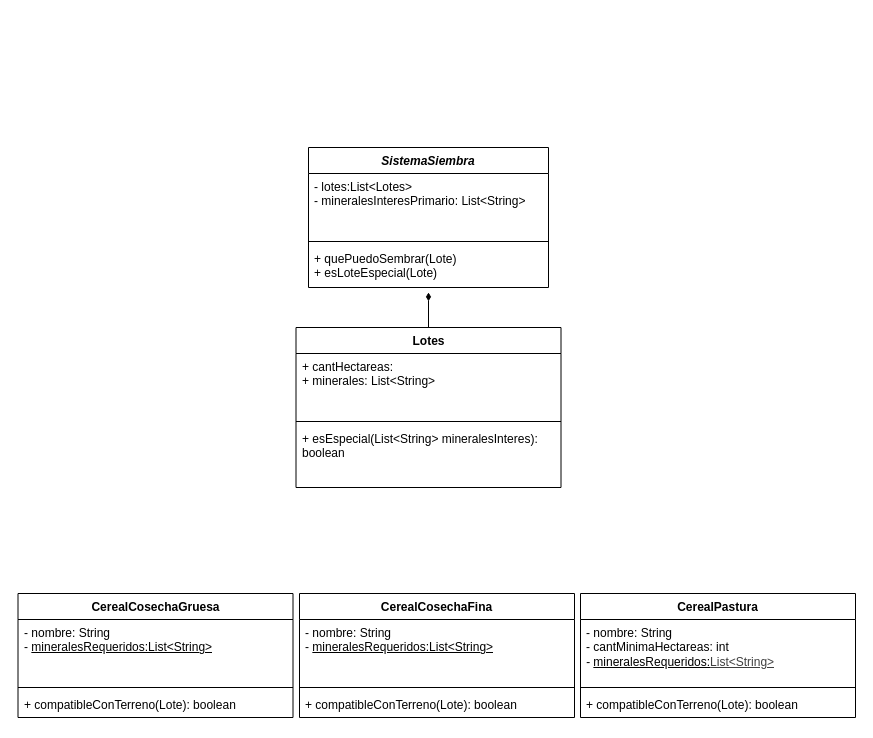
Above: practica3/SistemaSiembra/Docs/Diagrama Clases - Sistema Siembra.drawio in Yaco10/ejercicios-poo-java (draw.io), before the change. Source tidied: cells renumbered, new cells numbered last; positions are measured from the earlier drawing's top-left corner, leaving out a move shared by most shapes. Both pictures are drawn from the tidied source at 100%, with x=0, y=0 at pixel (17, 147).
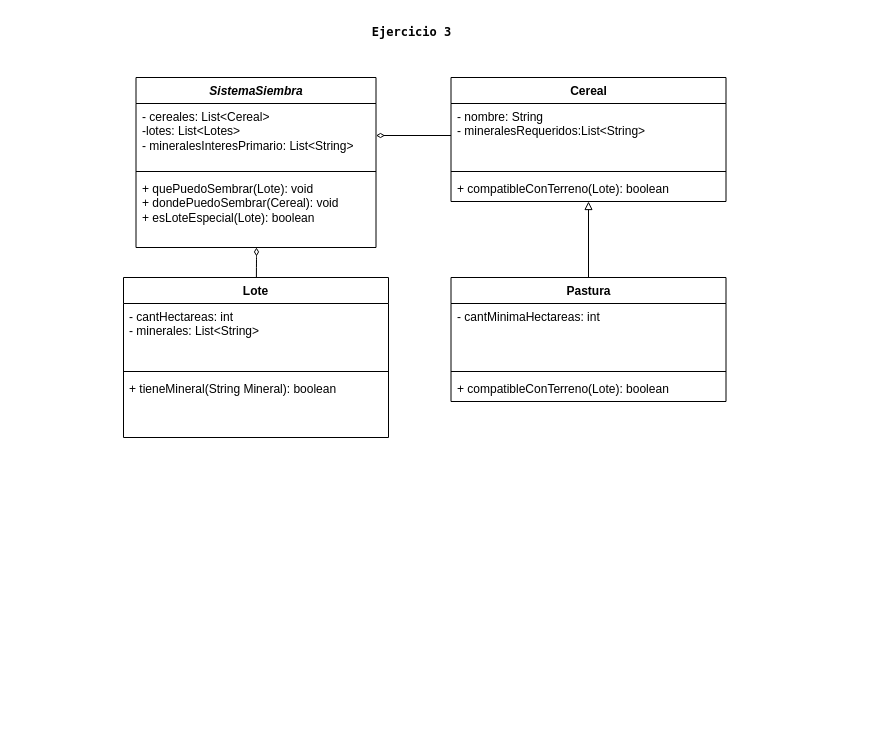
Above is the later version.

Diff of the diagram source:
```diff
@@
-<mxGraphModel>
+<mxGraphModel background="#ffffff">
@@
-    <mxCell id="2" value="Lotes" style="swimlane;fontStyle=1;align=center;verticalAlign=top;horizontal=1;startSize=26;whiteSpace=wrap;html=1;" parent="1" vertex="1">
-      <mxGeometry x="278.5" y="180" width="265" height="160" as="geometry" />
+    <mxCell id="2" value="Lote" style="swimlane;fontStyle=1;align=center;verticalAlign=top;horizontal=1;startSize=26;whiteSpace=wrap;html=1;" parent="1" vertex="1">
+      <mxGeometry x="106" y="130" width="265" height="160" as="geometry" />
     </mxCell>
-    <mxCell id="3" value="+ cantHectareas:&lt;div&gt;+ minerales: List&amp;lt;String&amp;gt;&lt;/div&gt;" style="text;strokeColor=none;fillColor=none;align=left;verticalAlign=top;spacingLeft=4;spacingRight=4;overflow=hidden;whiteSpace=wrap;html=1;" parent="2" vertex="1">
+    <mxCell id="3" value="- cantHectareas: int&lt;div&gt;- minerales: List&amp;lt;String&amp;gt;&lt;/div&gt;" style="text;strokeColor=none;fillColor=none;align=left;verticalAlign=top;spacingLeft=4;spacingRight=4;overflow=hidden;whiteSpace=wrap;html=1;" parent="2" vertex="1">
       <mxGeometry y="26" width="265" height="64" as="geometry" />
     </mxCell>
@@
-    <mxCell id="5" value="+ esEspecial(List&amp;lt;String&amp;gt; mineralesInteres): boolean" style="text;strokeColor=none;fillColor=none;align=left;verticalAlign=top;spacingLeft=4;spacingRight=4;overflow=hidden;whiteSpace=wrap;html=1;" parent="2" vertex="1">
+    <mxCell id="5" value="+ tieneMineral(String Mineral): boolean" style="text;strokeColor=none;fillColor=none;align=left;verticalAlign=top;spacingLeft=4;spacingRight=4;overflow=hidden;whiteSpace=wrap;html=1;" parent="2" vertex="1">
       <mxGeometry y="98" width="265" height="62" as="geometry" />
     </mxCell>
-    <mxCell id="6" value="CerealCosechaGruesa" style="swimlane;fontStyle=1;align=center;verticalAlign=top;horizontal=1;startSize=26;whiteSpace=wrap;html=1;" parent="1" vertex="1">
-      <mxGeometry x="0.5" y="446" width="275" height="124" as="geometry" />
+    <mxCell id="6" value="Cereal" style="swimlane;fontStyle=1;align=center;verticalAlign=top;horizontal=1;startSize=26;whiteSpace=wrap;html=1;" parent="1" vertex="1">
+      <mxGeometry x="433.5" y="-70" width="275" height="124" as="geometry" />
     </mxCell>
-    <mxCell id="7" value="&lt;div&gt;- nombre: String&lt;/div&gt;&lt;div&gt;- &lt;u&gt;mineralesRequeridos:List&amp;lt;String&amp;gt;&lt;/u&gt;&lt;/div&gt;" style="text;strokeColor=none;fillColor=none;align=left;verticalAlign=top;spacingLeft=4;spacingRight=4;overflow=hidden;points=[[0,0.5],[1,0.5]];portConstraint=eastwest;whiteSpace=wrap;html=1;" parent="6" vertex="1">
+    <mxCell id="7" value="&lt;div&gt;- nombre: String&lt;/div&gt;&lt;div&gt;- mineralesRequeridos:List&amp;lt;String&amp;gt;&lt;/div&gt;" style="text;strokeColor=none;fillColor=none;align=left;verticalAlign=top;spacingLeft=4;spacingRight=4;overflow=hidden;points=[[0,0.5],[1,0.5]];portConstraint=eastwest;whiteSpace=wrap;html=1;" parent="6" vertex="1">
       <mxGeometry y="26" width="275" height="64" as="geometry" />
     </mxCell>
@@
-    <mxCell id="10" value="&lt;span style=&quot;color: rgb(0, 0, 0);&quot;&gt;Cereal&lt;/span&gt;CosechaFina" style="swimlane;fontStyle=1;align=center;verticalAlign=top;horizontal=1;startSize=26;whiteSpace=wrap;html=1;" parent="1" vertex="1">
-      <mxGeometry x="282" y="446" width="275" height="124" as="geometry" />
-    </mxCell>
-    <mxCell id="11" value="&lt;div&gt;&lt;div&gt;- nombre: String&lt;/div&gt;&lt;/div&gt;&lt;div&gt;- &lt;u style=&quot;&quot;&gt;mineralesRequeridos:List&amp;lt;String&amp;gt;&lt;/u&gt;&lt;/div&gt;" style="text;strokeColor=none;fillColor=none;align=left;verticalAlign=top;spacingLeft=4;spacingRight=4;overflow=hidden;whiteSpace=wrap;html=1;" parent="10" vertex="1">
-      <mxGeometry y="26" width="275" height="64" as="geometry" />
-    </mxCell>
-    <mxCell id="12" style="line;strokeWidth=1;fillColor=none;align=left;verticalAlign=middle;spacingTop=-1;spacingLeft=3;spacingRight=3;labelPosition=right;strokeColor=inherit;" parent="10" vertex="1">
-      <mxGeometry y="90" width="275" height="8" as="geometry" />
-    </mxCell>
-    <mxCell id="13" value="+ compatibleConTerreno(Lote): boolean" style="text;strokeColor=none;fillColor=none;align=left;verticalAlign=top;spacingLeft=4;spacingRight=4;overflow=hidden;whiteSpace=wrap;html=1;" parent="10" vertex="1">
-      <mxGeometry y="98" width="275" height="26" as="geometry" />
-    </mxCell>
+    <mxCell id="23" style="edgeStyle=orthogonalEdgeStyle;rounded=0;jettySize=auto;html=1;endArrow=block;endFill=0;" parent="1" edge="1" source="14" target="6">
+      <mxGeometry relative="1" as="geometry" />
+    </mxCell>
-    <mxCell id="14" value="CerealPastura" style="swimlane;fontStyle=1;align=center;verticalAlign=top;horizontal=1;startSize=26;whiteSpace=wrap;html=1;" parent="1" vertex="1">
-      <mxGeometry x="563" y="446" width="275" height="124" as="geometry" />
+    <mxCell id="14" value="Pastura" style="swimlane;fontStyle=1;align=center;verticalAlign=top;horizontal=1;startSize=26;whiteSpace=wrap;html=1;" parent="1" vertex="1">
+      <mxGeometry x="433.5" y="130" width="275" height="124" as="geometry" />
     </mxCell>
-    <mxCell id="15" value="&lt;div&gt;&lt;div&gt;- nombre: String&lt;/div&gt;&lt;/div&gt;&lt;div&gt;- cantMinimaHectareas: int&lt;/div&gt;&lt;div&gt;&lt;i&gt;- &lt;/i&gt;&lt;u&gt;mineralesRequeridos:&lt;/u&gt;&lt;u style=&quot;background-color: transparent; color: rgb(63, 63, 63);&quot;&gt;List&amp;lt;String&amp;gt;&lt;/u&gt;&lt;/div&gt;" style="text;strokeColor=none;fillColor=none;align=left;verticalAlign=top;spacingLeft=4;spacingRight=4;overflow=hidden;whiteSpace=wrap;html=1;" parent="14" vertex="1">
+    <mxCell id="15" value="&lt;div&gt;&lt;div&gt;&lt;span style=&quot;background-color: initial;&quot;&gt;- cantMinimaHectareas: int&lt;/span&gt;&lt;br&gt;&lt;/div&gt;&lt;/div&gt;&lt;div&gt;&lt;br&gt;&lt;/div&gt;" style="text;strokeColor=none;fillColor=none;align=left;verticalAlign=top;spacingLeft=4;spacingRight=4;overflow=hidden;whiteSpace=wrap;html=1;" parent="14" vertex="1">
       <mxGeometry y="26" width="275" height="64" as="geometry" />
     </mxCell>
@@
     <mxCell id="18" value="&lt;i&gt;SistemaSiembra&lt;/i&gt;" style="swimlane;fontStyle=1;align=center;verticalAlign=top;horizontal=1;startSize=26;whiteSpace=wrap;html=1;" parent="1" vertex="1">
-      <mxGeometry x="291" width="240" height="140" as="geometry" />
+      <mxGeometry x="118.5" y="-70" width="240" height="170" as="geometry" />
     </mxCell>
-    <mxCell id="19" value="- lotes:List&amp;lt;Lotes&amp;gt;&lt;div&gt;- mineralesInteresPrimario: List&amp;lt;String&amp;gt;&lt;/div&gt;" style="text;strokeColor=none;fillColor=none;align=left;verticalAlign=top;spacingLeft=4;spacingRight=4;overflow=hidden;points=[[0,0.5],[1,0.5]];portConstraint=eastwest;whiteSpace=wrap;html=1;" parent="18" vertex="1">
+    <mxCell id="19" value="- cereales: List&amp;lt;Cereal&amp;gt;&lt;div&gt;-lotes: List&amp;lt;Lotes&amp;gt;&lt;br&gt;&lt;div&gt;- mineralesInteresPrimario: List&amp;lt;String&amp;gt;&lt;/div&gt;&lt;/div&gt;" style="text;strokeColor=none;fillColor=none;align=left;verticalAlign=top;spacingLeft=4;spacingRight=4;overflow=hidden;points=[[0,0.5],[1,0.5]];portConstraint=eastwest;whiteSpace=wrap;html=1;" parent="18" vertex="1">
       <mxGeometry y="26" width="240" height="64" as="geometry" />
     </mxCell>
@@
-    <mxCell id="21" value="+ quePuedoSembrar(Lote)&lt;div&gt;+ esLoteEspecial(Lote)&lt;/div&gt;" style="text;strokeColor=none;fillColor=none;align=left;verticalAlign=top;spacingLeft=4;spacingRight=4;overflow=hidden;points=[[0,0.5],[1,0.5]];portConstraint=eastwest;whiteSpace=wrap;html=1;" parent="18" vertex="1">
-      <mxGeometry y="98" width="240" height="42" as="geometry" />
+    <mxCell id="21" value="+ quePuedoSembrar(Lote): void&lt;div&gt;&lt;div&gt;+ dondePuedoSembrar(Cereal): void&lt;/div&gt;&lt;div&gt;+ esLoteEspecial(Lote): boolean&lt;/div&gt;&lt;/div&gt;" style="text;strokeColor=none;fillColor=none;align=left;verticalAlign=top;spacingLeft=4;spacingRight=4;overflow=hidden;points=[[0,0.5],[1,0.5]];portConstraint=eastwest;whiteSpace=wrap;html=1;" parent="18" vertex="1">
+      <mxGeometry y="98" width="240" height="72" as="geometry" />
     </mxCell>
-    <mxCell id="22" style="edgeStyle=none;html=1;entryX=0.5;entryY=1.116;entryDx=0;entryDy=0;entryPerimeter=0;endArrow=diamondThin;endFill=1;" parent="1" edge="1" source="2" target="21">
-      <mxGeometry relative="1" as="geometry" />
+    <mxCell id="22" style="edgeStyle=none;html=1;entryX=0.502;entryY=0.999;entryDx=0;entryDy=0;entryPerimeter=0;endArrow=diamondThin;endFill=0;startArrow=none;startFill=0;targetPerimeterSpacing=-1;" parent="1" edge="1" source="2" target="21">
+      <mxGeometry relative="1" as="geometry">
+        <Array as="points">
+          <mxPoint x="239" y="110" />
+        </Array>
+      </mxGeometry>
     </mxCell>
+    <mxCell id="24" style="edgeStyle=orthogonalEdgeStyle;rounded=0;jettySize=auto;html=1;entryX=0;entryY=0.5;entryDx=0;entryDy=0;startArrow=diamondThin;startFill=0;endSize=7;endArrow=none;endFill=0;" parent="1" edge="1" source="19" target="7">
+      <mxGeometry relative="1" as="geometry" />
+    </mxCell>
+    <mxCell id="25" value="Ejercicio 3" style="text;html=1;align=center;verticalAlign=middle;strokeColor=none;fillColor=none;fontFamily=Lucida Console;fontStyle=1;" parent="1" vertex="1">
+      <mxGeometry x="343.5" y="-130" width="100" height="30" as="geometry" />
+    </mxCell>
```
